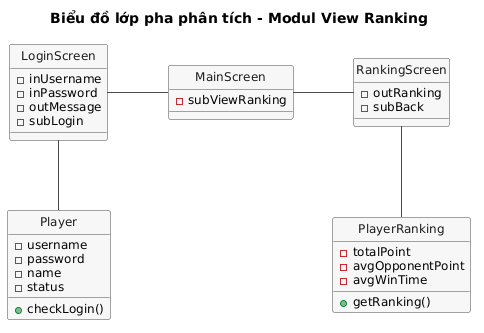
This is docs/uml/pha2/class-analysis-m1.png from VattenL/mobile-pikachu, a PlantUML export, as it was before one commit. Its diagram source:
```plantuml
@startuml
title Biểu đồ lớp pha phân tích - Modul View Ranking

hide circle
skinparam shadowing false
skinparam linetype ortho
skinparam nodesep 60
skinparam ranksep 70
skinparam classFontSize 14
skinparam classAttributeFontSize 12
skinparam class {
  BackgroundColor #F7F7F7
  BorderColor #4A4A4A
  ArrowColor #4A4A4A
  FontColor #1A1A1A
}

class LoginScreen {
  - inUsername
  - inPassword
  - outMessage
  - subLogin
}

class MainScreen {
  - subViewRanking
}

class RankingScreen {
  - outRanking
  - subBack
}

class Player {
  - username
  - password
  - name
  - status
  + checkLogin()
}

class PlayerRanking {
  - totalPoint
  - avgOpponentPoint
  - avgWinTime
  + getRanking()
}

LoginScreen -right- MainScreen
MainScreen -right- RankingScreen

LoginScreen -down- Player
RankingScreen -down- PlayerRanking
@enduml
```
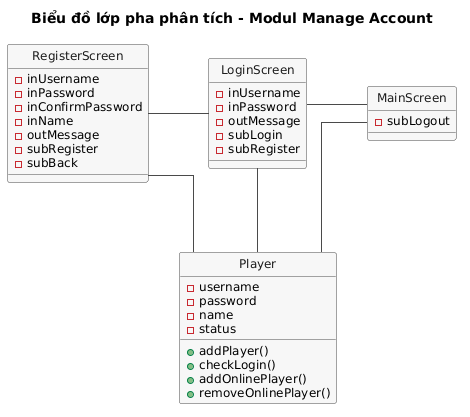
After the commit.

The edit, as a diff of the source:
```diff
@@ -1,5 +1,5 @@
 @startuml
-title Biểu đồ lớp pha phân tích - Modul View Ranking
+title Biểu đồ lớp pha phân tích - Modul Manage Account
 
 hide circle
 skinparam shadowing false
@@ -15,20 +15,26 @@
   FontColor #1A1A1A
 }
 
+class RegisterScreen {
+  - inUsername
+  - inPassword
+  - inConfirmPassword
+  - inName
+  - outMessage
+  - subRegister
+  - subBack
+}
+
 class LoginScreen {
   - inUsername
   - inPassword
   - outMessage
   - subLogin
+  - subRegister
 }
 
 class MainScreen {
-  - subViewRanking
-}
-
-class RankingScreen {
-  - outRanking
-  - subBack
+  - subLogout
 }
 
 class Player {
@@ -36,19 +42,16 @@
   - password
   - name
   - status
+  + addPlayer()
   + checkLogin()
+  + addOnlinePlayer()
+  + removeOnlinePlayer()
 }
 
-class PlayerRanking {
-  - totalPoint
-  - avgOpponentPoint
-  - avgWinTime
-  + getRanking()
-}
+RegisterScreen -right- LoginScreen
+LoginScreen -right- MainScreen
 
-LoginScreen -right- MainScreen
-MainScreen -right- RankingScreen
-
+RegisterScreen -down- Player
 LoginScreen -down- Player
-RankingScreen -down- PlayerRanking
+MainScreen -down- Player
 @enduml
```
